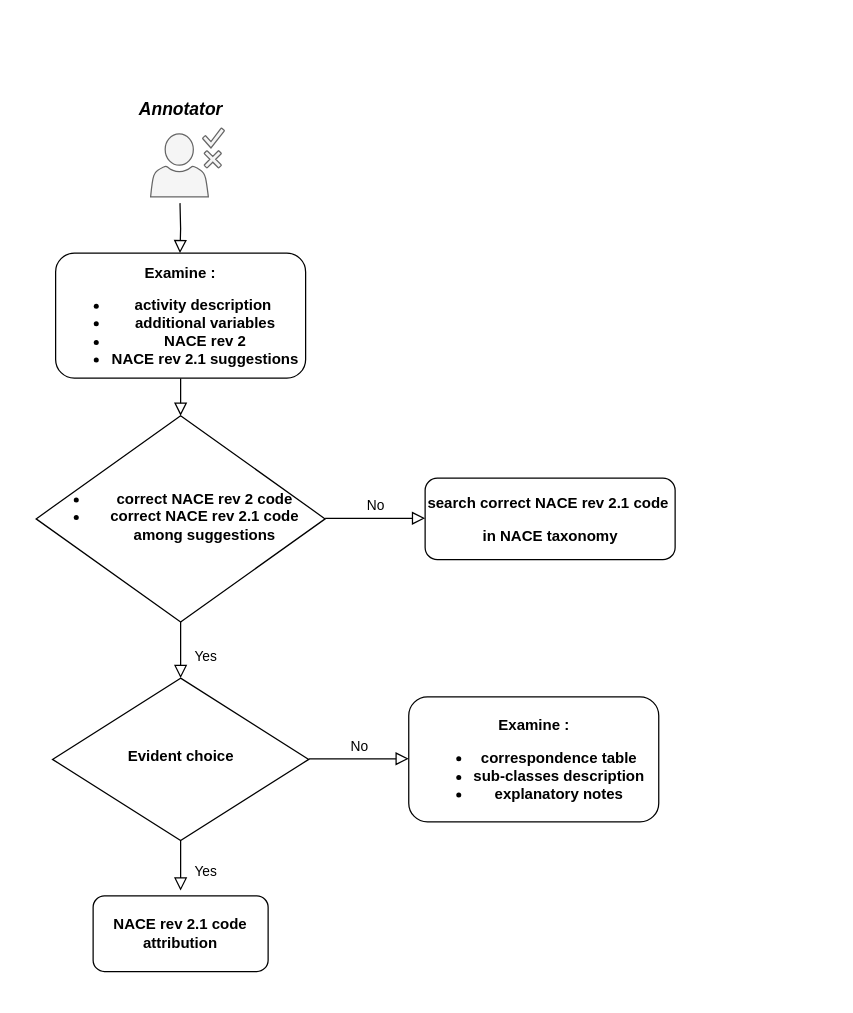
Before: decision-tree-annotation.drawio in TheAIWizard/diagrams, a draw.io diagram. Source tidied: cells renumbered, new cells numbered last; positions are measured from the earlier drawing's top-left corner, leaving out a move shared by most shapes. Both pictures are drawn from the tidied source at 125%, with x=0, y=0 at pixel (35, 90).
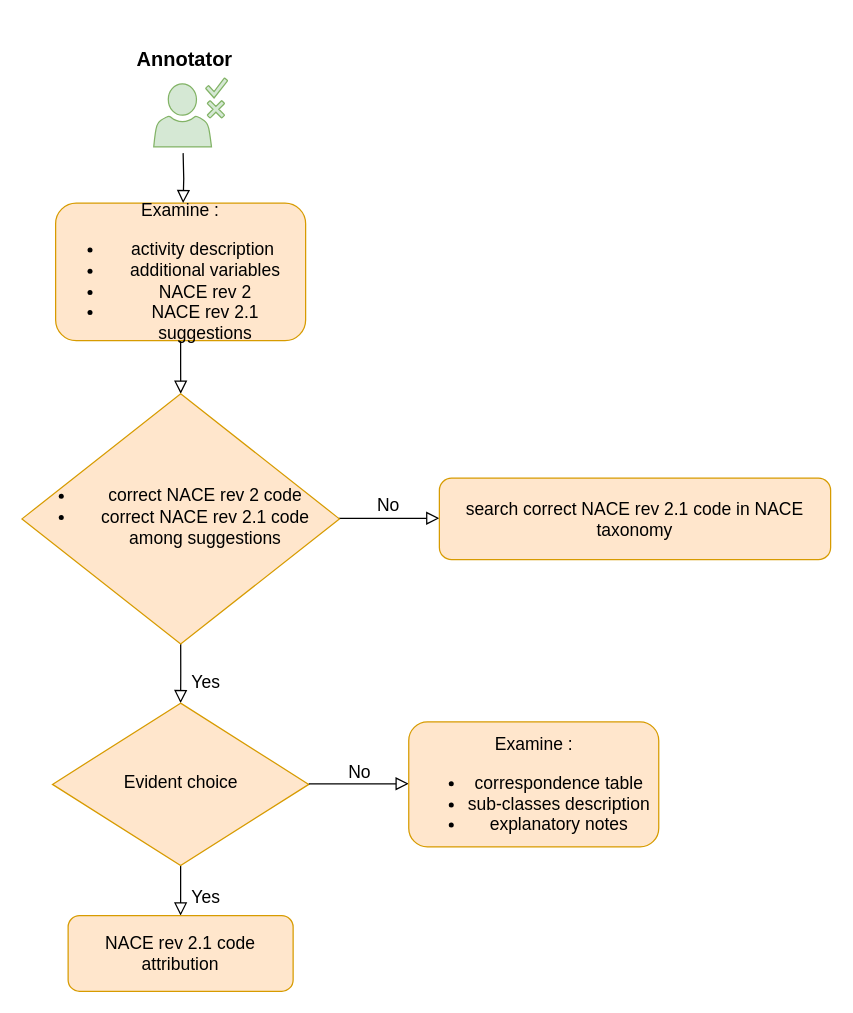
The same page after the edit.

Commit message (it also covers changes not shown here):
Mettre à jour decision-tree-annotation.drawio

The edit, as a diff of the source:
```diff
@@
-    <mxCell id="3" value="&lt;p&gt;&lt;b style=&quot;&quot;&gt;&lt;font face=&quot;Work sans&quot;&gt;Examine :&lt;/font&gt;&lt;/b&gt;&lt;/p&gt;&lt;p&gt;&lt;/p&gt;&lt;ul&gt;&lt;li&gt;&lt;b&gt;&lt;font face=&quot;MjLJa9koIwfA0tVDng4r&quot;&gt;activity description&amp;nbsp;&lt;/font&gt;&lt;/b&gt;&lt;/li&gt;&lt;li&gt;&lt;b&gt;&lt;font face=&quot;MjLJa9koIwfA0tVDng4r&quot;&gt;additional variables&lt;/font&gt;&lt;/b&gt;&lt;/li&gt;&lt;li&gt;&lt;b&gt;&lt;font face=&quot;MjLJa9koIwfA0tVDng4r&quot;&gt;NACE rev 2&lt;/font&gt;&lt;/b&gt;&lt;/li&gt;&lt;li&gt;&lt;b style=&quot;&quot;&gt;&lt;font face=&quot;MjLJa9koIwfA0tVDng4r&quot;&gt;NACE rev 2.1 suggestions&lt;/font&gt;&lt;/b&gt;&lt;/li&gt;&lt;/ul&gt;&lt;p&gt;&lt;/p&gt;" style="rounded=1;whiteSpace=wrap;html=1;fontSize=12;glass=0;strokeWidth=1;shadow=0;" parent="1" vertex="1">
-      <mxGeometry x="16" y="130" width="200" height="100" as="geometry" />
+    <mxCell id="3" value="&lt;p style=&quot;font-size: 14px;&quot;&gt;&lt;font style=&quot;font-size: 14px;&quot; face=&quot;Work sans&quot;&gt;Examine :&lt;/font&gt;&lt;/p&gt;&lt;p style=&quot;font-size: 14px;&quot;&gt;&lt;/p&gt;&lt;ul style=&quot;font-size: 14px;&quot;&gt;&lt;li style=&quot;&quot;&gt;&lt;font style=&quot;font-size: 14px;&quot; face=&quot;Work sans&quot;&gt;activity description&amp;nbsp;&lt;/font&gt;&lt;/li&gt;&lt;li style=&quot;&quot;&gt;&lt;font style=&quot;font-size: 14px;&quot; face=&quot;YDxsgP0dMcu6zUjX5kKd&quot;&gt;additional variables&lt;/font&gt;&lt;/li&gt;&lt;li style=&quot;&quot;&gt;&lt;font style=&quot;font-size: 14px;&quot; face=&quot;YDxsgP0dMcu6zUjX5kKd&quot;&gt;NACE rev 2&lt;/font&gt;&lt;/li&gt;&lt;li style=&quot;&quot;&gt;&lt;font style=&quot;font-size: 14px;&quot; face=&quot;YDxsgP0dMcu6zUjX5kKd&quot;&gt;NACE rev 2.1 suggestions&lt;/font&gt;&lt;/li&gt;&lt;/ul&gt;&lt;p&gt;&lt;/p&gt;" style="rounded=1;whiteSpace=wrap;html=1;fontSize=12;glass=0;strokeWidth=1;shadow=0;fillColor=#ffe6cc;strokeColor=#d79b00;" parent="1" vertex="1">
+      <mxGeometry x="16" y="90" width="200" height="110" as="geometry" />
     </mxCell>
-    <mxCell id="4" value="Yes" style="rounded=0;html=1;jettySize=auto;fontSize=11;endArrow=block;endFill=0;endSize=8;strokeWidth=1;shadow=0;labelBackgroundColor=none;edgeStyle=orthogonalEdgeStyle;exitX=0.5;exitY=1;exitDx=0;exitDy=0;exitPerimeter=0;" parent="1" edge="1" source="6">
-      <mxGeometry x="0.25" y="20" relative="1" as="geometry">
-        <mxPoint x="116" y="470" as="targetPoint" />
-        <Array as="points">
-          <mxPoint x="116" y="470" />
-          <mxPoint x="116" y="470" />
-        </Array>
-      </mxGeometry>
+    <mxCell id="4" value="&lt;font style=&quot;font-size: 14px;&quot;&gt;Yes&lt;/font&gt;" style="rounded=0;html=1;jettySize=auto;fontSize=11;endArrow=block;endFill=0;endSize=8;strokeWidth=1;shadow=0;labelBackgroundColor=none;edgeStyle=orthogonalEdgeStyle;exitX=0.5;exitY=1;exitDx=0;exitDy=0;exitPerimeter=0;entryX=0.5;entryY=0;entryDx=0;entryDy=0;" parent="1" edge="1" source="6" target="8">
+      <mxGeometry x="0.25" y="20" relative="1" as="geometry" />
     </mxCell>
-    <mxCell id="5" value="No" style="edgeStyle=orthogonalEdgeStyle;rounded=0;html=1;jettySize=auto;orthogonalLoop=1;fontSize=11;endArrow=block;endFill=0;endSize=8;strokeWidth=1;shadow=0;labelBackgroundColor=none;" parent="1" edge="1">
+    <mxCell id="5" value="&lt;font style=&quot;font-size: 14px;&quot;&gt;No&lt;/font&gt;" style="edgeStyle=orthogonalEdgeStyle;rounded=0;html=1;jettySize=auto;fontSize=11;endArrow=block;endFill=0;endSize=8;strokeWidth=1;shadow=0;labelBackgroundColor=none;" parent="1" edge="1" source="6">
       <mxGeometry y="10" relative="1" as="geometry">
-        <mxPoint x="231.6" y="342.1" as="sourcePoint" />
-        <mxPoint x="311.6" y="342.1" as="targetPoint" />
-        <Array as="points">
-          <mxPoint x="241.6" y="341.6" />
-          <mxPoint x="241.6" y="341.6" />
-        </Array>
+        <mxPoint x="323" y="342.1" as="targetPoint" />
       </mxGeometry>
     </mxCell>
-    <mxCell id="6" value="&lt;div&gt;&lt;ul&gt;&lt;li&gt;&lt;font face=&quot;Work sans&quot;&gt;&lt;b&gt;correct NACE rev 2 code&lt;/b&gt;&lt;/font&gt;&lt;/li&gt;&lt;li&gt;&lt;font face=&quot;Work sans&quot;&gt;&lt;b&gt;correct NACE rev 2.1 code among suggestions&lt;/b&gt;&lt;/font&gt;&lt;/li&gt;&lt;/ul&gt;&lt;/div&gt;" style="rhombus;whiteSpace=wrap;html=1;shadow=0;fontFamily=Helvetica;fontSize=12;align=center;strokeWidth=1;spacing=6;spacingTop=-4;" parent="1" vertex="1">
-      <mxGeometry x="0.4" y="260.1" width="231.2" height="165" as="geometry" />
+    <mxCell id="6" value="&lt;div style=&quot;font-size: 14px;&quot;&gt;&lt;ul&gt;&lt;li&gt;&lt;font face=&quot;Work sans&quot; style=&quot;font-size: 14px;&quot;&gt;correct NACE rev 2 code&lt;/font&gt;&lt;/li&gt;&lt;li&gt;&lt;font style=&quot;font-size: 14px;&quot; face=&quot;Work sans&quot;&gt;correct NACE rev 2.1 code among suggestions&lt;/font&gt;&lt;/li&gt;&lt;/ul&gt;&lt;/div&gt;" style="rhombus;whiteSpace=wrap;html=1;shadow=0;fontFamily=Helvetica;fontSize=12;align=center;strokeWidth=1;spacing=6;spacingTop=-4;fillColor=#ffe6cc;strokeColor=#d79b00;" parent="1" vertex="1">
+      <mxGeometry x="-10.9" y="242.5" width="253.9" height="200.2" as="geometry" />
     </mxCell>
-    <mxCell id="7" value="Yes" style="rounded=0;html=1;jettySize=auto;fontSize=11;endArrow=block;endFill=0;endSize=8;strokeWidth=1;shadow=0;labelBackgroundColor=none;edgeStyle=orthogonalEdgeStyle;exitX=0.5;exitY=1;exitDx=0;exitDy=0;exitPerimeter=0;" parent="1" edge="1" source="8">
+    <mxCell id="7" value="&lt;font style=&quot;font-size: 14px;&quot;&gt;Yes&lt;/font&gt;" style="rounded=0;html=1;jettySize=auto;fontSize=11;endArrow=block;endFill=0;endSize=8;strokeWidth=1;shadow=0;labelBackgroundColor=none;edgeStyle=orthogonalEdgeStyle;exitX=0.5;exitY=1;exitDx=0;exitDy=0;exitPerimeter=0;" parent="1" edge="1" source="8">
       <mxGeometry x="0.25" y="20" relative="1" as="geometry">
-        <mxPoint x="116" y="640" as="targetPoint" />
+        <mxPoint x="116" y="660" as="targetPoint" />
       </mxGeometry>
     </mxCell>
-    <mxCell id="8" value="&lt;font face=&quot;Work sans&quot;&gt;&lt;b&gt;Evident choice&lt;/b&gt;&lt;/font&gt;" style="rhombus;whiteSpace=wrap;html=1;shadow=0;fontFamily=Helvetica;fontSize=12;align=center;strokeWidth=1;spacing=6;spacingTop=-4;" parent="1" vertex="1">
-      <mxGeometry x="13.5" y="470" width="205" height="130" as="geometry" />
+    <mxCell id="8" value="&lt;font size=&quot;1&quot; face=&quot;Work sans&quot;&gt;&lt;span style=&quot;font-size: 14px;&quot;&gt;Evident choice&lt;/span&gt;&lt;/font&gt;" style="rhombus;whiteSpace=wrap;html=1;shadow=0;fontFamily=Helvetica;fontSize=12;align=center;strokeWidth=1;spacing=6;spacingTop=-4;fillColor=#ffe6cc;strokeColor=#d79b00;" parent="1" vertex="1">
+      <mxGeometry x="13.5" y="490" width="205" height="130" as="geometry" />
     </mxCell>
-    <mxCell id="9" value="No" style="edgeStyle=orthogonalEdgeStyle;rounded=0;html=1;jettySize=auto;orthogonalLoop=1;fontSize=11;endArrow=block;endFill=0;endSize=8;strokeWidth=1;shadow=0;labelBackgroundColor=none;" parent="1" edge="1">
+    <mxCell id="9" value="&lt;font style=&quot;font-size: 14px;&quot;&gt;No&lt;/font&gt;" style="edgeStyle=orthogonalEdgeStyle;rounded=0;html=1;jettySize=auto;orthogonalLoop=1;fontSize=11;endArrow=block;endFill=0;endSize=8;strokeWidth=1;shadow=0;labelBackgroundColor=none;" parent="1" edge="1">
       <mxGeometry y="10" relative="1" as="geometry">
-        <mxPoint x="218.5" y="534.5" as="sourcePoint" />
-        <mxPoint x="298.5" y="534.5" as="targetPoint" />
+        <mxPoint x="218.5" y="554.5" as="sourcePoint" />
+        <mxPoint x="298.5" y="554.5" as="targetPoint" />
         <Array as="points">
-          <mxPoint x="228.5" y="534" />
-          <mxPoint x="228.5" y="534" />
+          <mxPoint x="228.5" y="554" />
+          <mxPoint x="228.5" y="554" />
         </Array>
       </mxGeometry>
     </mxCell>
-    <mxCell id="10" value="&lt;p&gt;&lt;b style=&quot;&quot;&gt;&lt;font face=&quot;Work sans&quot;&gt;Examine :&lt;/font&gt;&lt;/b&gt;&lt;/p&gt;&lt;ul&gt;&lt;li&gt;&lt;b&gt;&lt;font face=&quot;MjLJa9koIwfA0tVDng4r&quot;&gt;&lt;b style=&quot;font-family: Helvetica;&quot;&gt;&lt;font face=&quot;Work sans&quot;&gt;correspondence table&lt;/font&gt;&lt;/b&gt;&lt;/font&gt;&lt;/b&gt;&lt;/li&gt;&lt;li&gt;&lt;b&gt;&lt;font face=&quot;MjLJa9koIwfA0tVDng4r&quot;&gt;sub-classes description&lt;/font&gt;&lt;/b&gt;&lt;/li&gt;&lt;li&gt;&lt;b style=&quot;background-color: initial;&quot;&gt;&lt;font face=&quot;MjLJa9koIwfA0tVDng4r&quot;&gt;explanatory notes&lt;/font&gt;&lt;/b&gt;&lt;/li&gt;&lt;/ul&gt;&lt;p&gt;&lt;/p&gt;" style="rounded=1;whiteSpace=wrap;html=1;fontSize=12;glass=0;strokeWidth=1;shadow=0;" parent="1" vertex="1">
-      <mxGeometry x="298.5" y="485" width="200" height="100" as="geometry" />
+    <mxCell id="10" value="&lt;p style=&quot;font-size: 14px;&quot;&gt;&lt;font style=&quot;font-size: 14px;&quot; face=&quot;Work sans&quot;&gt;Examine :&lt;/font&gt;&lt;/p&gt;&lt;ul style=&quot;font-size: 14px;&quot;&gt;&lt;li style=&quot;&quot;&gt;&lt;font style=&quot;font-size: 14px;&quot; face=&quot;MjLJa9koIwfA0tVDng4r&quot;&gt;&lt;span style=&quot;font-family: Helvetica;&quot;&gt;&lt;font style=&quot;font-size: 14px;&quot; face=&quot;Work sans&quot;&gt;correspondence table&lt;/font&gt;&lt;/span&gt;&lt;/font&gt;&lt;/li&gt;&lt;li style=&quot;&quot;&gt;&lt;font style=&quot;font-size: 14px;&quot; face=&quot;MjLJa9koIwfA0tVDng4r&quot;&gt;sub-classes description&lt;/font&gt;&lt;/li&gt;&lt;li style=&quot;&quot;&gt;&lt;span style=&quot;background-color: initial;&quot;&gt;&lt;font style=&quot;font-size: 14px;&quot; face=&quot;MjLJa9koIwfA0tVDng4r&quot;&gt;explanatory notes&lt;/font&gt;&lt;/span&gt;&lt;/li&gt;&lt;/ul&gt;&lt;p&gt;&lt;/p&gt;" style="rounded=1;whiteSpace=wrap;html=1;fontSize=12;glass=0;strokeWidth=1;shadow=0;fillColor=#ffe6cc;strokeColor=#d79b00;" parent="1" vertex="1">
+      <mxGeometry x="298.5" y="505" width="200" height="100" as="geometry" />
     </mxCell>
-    <mxCell id="11" value="&lt;p&gt;&lt;font face=&quot;Work sans&quot;&gt;&lt;b&gt;NACE rev 2.1&amp;nbsp;&lt;/b&gt;&lt;/font&gt;&lt;b style=&quot;background-color: initial; font-family: &amp;quot;Work sans&amp;quot;;&quot;&gt;code attribution&lt;/b&gt;&lt;/p&gt;&lt;p&gt;&lt;/p&gt;" style="rounded=1;whiteSpace=wrap;html=1;fontSize=12;glass=0;strokeWidth=1;shadow=0;" parent="1" vertex="1">
-      <mxGeometry x="46" y="644.2" width="140" height="60.5" as="geometry" />
+    <mxCell id="11" value="&lt;p style=&quot;font-size: 14px;&quot;&gt;&lt;font style=&quot;font-size: 14px;&quot; face=&quot;Work sans&quot;&gt;NACE rev 2.1&amp;nbsp;&lt;/font&gt;&lt;span style=&quot;background-color: initial; font-family: &amp;quot;Work sans&amp;quot;;&quot;&gt;code attribution&lt;/span&gt;&lt;/p&gt;&lt;p&gt;&lt;/p&gt;" style="rounded=1;whiteSpace=wrap;html=1;fontSize=12;glass=0;strokeWidth=1;shadow=0;fillColor=#ffe6cc;strokeColor=#d79b00;" parent="1" vertex="1">
+      <mxGeometry x="26" y="660" width="180" height="60.5" as="geometry" />
     </mxCell>
-    <mxCell id="12" style="sketch=0;shadow=0;dashed=0;html=1;strokeColor=#666666;fillColor=#f5f5f5;labelPosition=center;verticalLabelPosition=bottom;verticalAlign=top;align=center;shape=mxgraph.office.users.approver;fontColor=#333333;" parent="1" vertex="1">
-      <mxGeometry x="92" y="30" width="59" height="55" as="geometry" />
+    <mxCell id="12" style="sketch=0;shadow=0;dashed=0;html=1;strokeColor=#82b366;fillColor=#d5e8d4;labelPosition=center;verticalLabelPosition=bottom;verticalAlign=top;align=center;shape=mxgraph.office.users.approver;" parent="1" vertex="1">
+      <mxGeometry x="94.5" y="-10" width="59" height="55" as="geometry" />
     </mxCell>
-    <mxCell id="13" value="&lt;font size=&quot;1&quot; face=&quot;Work sans&quot;&gt;&lt;i&gt;&lt;b style=&quot;font-size: 14px;&quot;&gt;Annotator&lt;/b&gt;&lt;/i&gt;&lt;/font&gt;" style="text;html=1;align=center;verticalAlign=middle;strokeColor=none;fillColor=none;" parent="1" vertex="1">
-      <mxGeometry x="76" width="80" height="30" as="geometry" />
+    <mxCell id="13" value="&lt;h2&gt;&lt;font style=&quot;font-size: 16px;&quot; face=&quot;Work sans&quot;&gt;Annotator&lt;/font&gt;&lt;/h2&gt;" style="text;html=1;align=center;verticalAlign=middle;strokeColor=none;fillColor=none;" parent="1" vertex="1">
+      <mxGeometry x="73.5" y="-55" width="90" height="60" as="geometry" />
     </mxCell>
     <mxCell id="14" style="rounded=0;html=1;jettySize=auto;orthogonalLoop=1;fontSize=11;endArrow=block;endFill=0;endSize=8;strokeWidth=1;shadow=0;labelBackgroundColor=none;edgeStyle=orthogonalEdgeStyle;" parent="1" edge="1">
       <mxGeometry relative="1" as="geometry">
-        <mxPoint x="115.5" y="90" as="sourcePoint" />
-        <mxPoint x="115.5" y="130" as="targetPoint" />
+        <mxPoint x="118" y="50" as="sourcePoint" />
+        <mxPoint x="118" y="90" as="targetPoint" />
       </mxGeometry>
     </mxCell>
-    <mxCell id="15" value="&lt;p&gt;&lt;font face=&quot;Work sans&quot;&gt;&lt;b&gt;search correct NACE rev 2.1&amp;nbsp;&lt;/b&gt;&lt;/font&gt;&lt;b style=&quot;background-color: initial; font-family: &amp;quot;Work sans&amp;quot;;&quot;&gt;code&amp;nbsp;&lt;/b&gt;&lt;/p&gt;&lt;p&gt;&lt;b style=&quot;background-color: initial; font-family: &amp;quot;Work sans&amp;quot;;&quot;&gt;in NACE taxonomy&lt;/b&gt;&lt;/p&gt;&lt;p&gt;&lt;/p&gt;" style="rounded=1;whiteSpace=wrap;html=1;fontSize=12;glass=0;strokeWidth=1;shadow=0;" parent="1" vertex="1">
-      <mxGeometry x="311.6" y="310" width="200" height="65.2" as="geometry" />
+    <mxCell id="15" value="&lt;p style=&quot;font-size: 14px;&quot;&gt;&lt;font face=&quot;Work sans&quot;&gt;&lt;font style=&quot;font-size: 14px;&quot;&gt;search correct NACE rev 2.1&amp;nbsp;&lt;/font&gt;&lt;span style=&quot;background-color: initial;&quot;&gt;code&amp;nbsp;&lt;/span&gt;&lt;span style=&quot;background-color: initial;&quot;&gt;in NACE taxonomy&lt;/span&gt;&lt;/font&gt;&lt;/p&gt;&lt;p&gt;&lt;/p&gt;" style="rounded=1;whiteSpace=wrap;html=1;fontSize=12;glass=0;strokeWidth=1;shadow=0;fillColor=#ffe6cc;strokeColor=#d79b00;" parent="1" vertex="1">
+      <mxGeometry x="323" y="310" width="313" height="65.2" as="geometry" />
     </mxCell>
```
